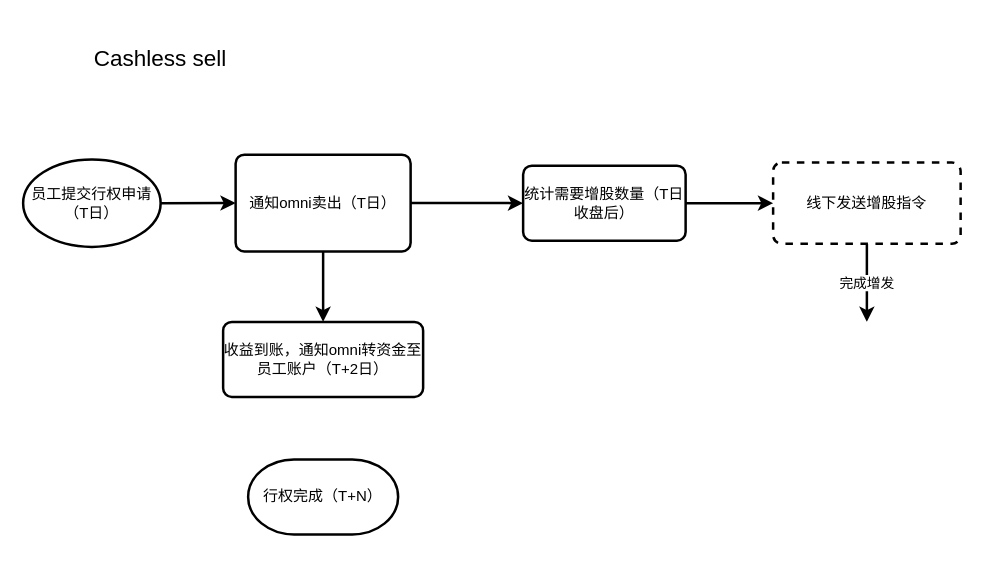
Earlier version of the draw.io diagram 实时增发-Cashless sell.drawio (fengyong7723131/xiaoye). Source tidied: cells renumbered, new cells numbered last; positions are measured from the earlier drawing's top-left corner, leaving out a move shared by most shapes. Both pictures are drawn from the tidied source at 125%, with x=0, y=0 at pixel (22, 21).
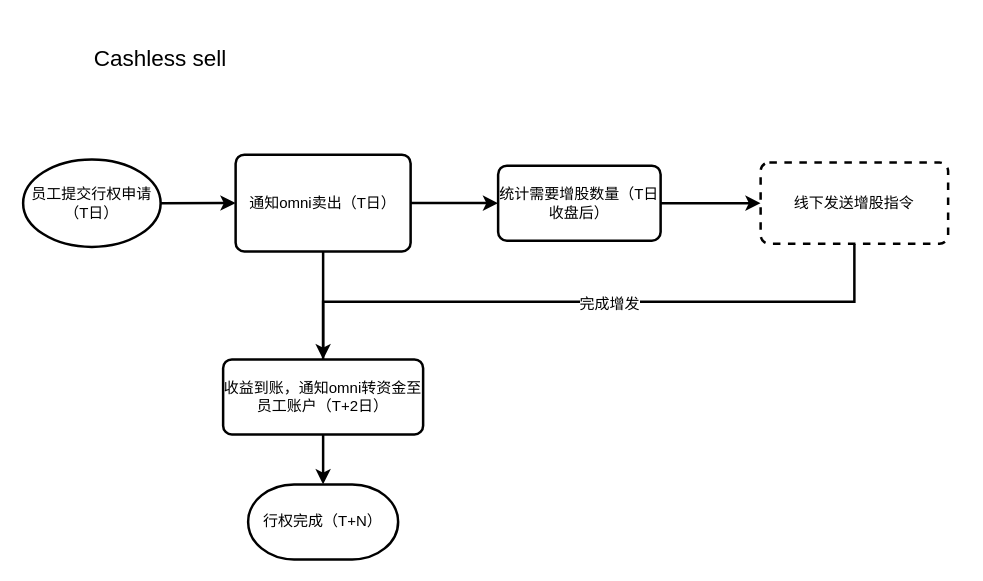
Above is the later version.

Commit message:
更新实时增发-Cashless sell.drawio

Diff of the diagram source:
```diff
@@
 <mxGraphModel>
   <root>
     <mxCell id="0" />
     <mxCell id="1" parent="0" />
     <mxCell id="2" value="&lt;font style=&quot;font-size: 18px&quot;&gt;Cashless sell&lt;/font&gt;" style="rounded=1;whiteSpace=wrap;html=1;strokeColor=none;" parent="1" vertex="1">
       <mxGeometry width="220" height="60" as="geometry" />
     </mxCell>
     <mxCell id="3" value="员工提交行权申请（T日）" style="strokeWidth=2;html=1;shape=mxgraph.flowchart.start_1;whiteSpace=wrap;" parent="1" vertex="1">
       <mxGeometry y="110" width="110" height="70" as="geometry" />
     </mxCell>
     <mxCell id="4" style="endArrow=classic;html=1;exitX=1;exitY=0.5;exitDx=0;exitDy=0;exitPerimeter=0;strokeWidth=2;entryX=0;entryY=0.5;entryDx=0;entryDy=0;" parent="1" edge="1" source="3" target="7">
       <mxGeometry relative="1" as="geometry" />
     </mxCell>
     <mxCell id="5" style="edgeStyle=orthogonalEdgeStyle;rounded=0;jettySize=auto;html=1;exitX=0.5;exitY=1;exitDx=0;exitDy=0;entryX=0.5;entryY=0;entryDx=0;entryDy=0;strokeWidth=2;" parent="1" edge="1" source="7" target="13">
-      <mxGeometry relative="1" as="geometry" />
+      <mxGeometry relative="1" as="geometry">
+        <Array as="points">
+          <mxPoint x="240" y="310" />
+          <mxPoint x="240" y="310" />
+        </Array>
+      </mxGeometry>
     </mxCell>
     <mxCell id="6" style="edgeStyle=orthogonalEdgeStyle;rounded=0;jettySize=auto;html=1;exitX=1;exitY=0.5;exitDx=0;exitDy=0;entryX=0;entryY=0.5;entryDx=0;entryDy=0;strokeWidth=2;" parent="1" edge="1" source="7" target="9">
       <mxGeometry relative="1" as="geometry" />
     </mxCell>
     <mxCell id="7" value="通知omni卖出（T日）" style="rounded=1;whiteSpace=wrap;html=1;absoluteArcSize=1;arcSize=14;strokeWidth=2;" parent="1" vertex="1">
       <mxGeometry x="170" y="106.2" width="140" height="77.5" as="geometry" />
     </mxCell>
     <mxCell id="8" style="edgeStyle=orthogonalEdgeStyle;rounded=0;jettySize=auto;html=1;exitX=1;exitY=0.5;exitDx=0;exitDy=0;strokeWidth=2;entryX=0;entryY=0.5;entryDx=0;entryDy=0;" parent="1" edge="1" source="9" target="11">
       <mxGeometry relative="1" as="geometry" />
     </mxCell>
     <mxCell id="9" value="统计需要增股数量（T日收盘后）" style="rounded=1;whiteSpace=wrap;html=1;absoluteArcSize=1;arcSize=14;strokeWidth=2;" parent="1" vertex="1">
-      <mxGeometry x="400" y="115" width="130" height="60" as="geometry" />
+      <mxGeometry x="380" y="115" width="130" height="60" as="geometry" />
     </mxCell>
+    <mxCell id="14" style="edgeStyle=orthogonalEdgeStyle;rounded=0;jettySize=auto;html=1;exitX=0.5;exitY=1;exitDx=0;exitDy=0;entryX=0.5;entryY=0;entryDx=0;entryDy=0;strokeWidth=2;" parent="1" edge="1" source="11" target="13">
+      <mxGeometry relative="1" as="geometry" />
+    </mxCell>
-    <mxCell id="10" value="完成增发" style="edgeStyle=orthogonalEdgeStyle;rounded=0;jettySize=auto;html=1;strokeWidth=2;" parent="1" edge="1" source="11">
-      <mxGeometry relative="1" as="geometry">
-        <mxPoint x="675" y="240" as="targetPoint" />
-      </mxGeometry>
+    <mxCell id="10" value="&lt;font style=&quot;font-size: 12px&quot;&gt;完成增发&lt;/font&gt;" style="edgeLabel;html=1;align=center;verticalAlign=middle;" parent="14" vertex="1">
+      <mxGeometry x="-0.06" y="2" relative="1" as="geometry" />
     </mxCell>
     <mxCell id="11" value="线下发送增股指令" style="rounded=1;whiteSpace=wrap;html=1;absoluteArcSize=1;arcSize=14;strokeWidth=2;dashed=1;" parent="1" vertex="1">
-      <mxGeometry x="600" y="112.5" width="150" height="65" as="geometry" />
+      <mxGeometry x="590" y="112.5" width="150" height="65" as="geometry" />
     </mxCell>
     <mxCell id="12" value="&lt;span&gt;行权完成（T+N）&lt;/span&gt;" style="strokeWidth=2;html=1;shape=mxgraph.flowchart.terminator;whiteSpace=wrap;" parent="1" vertex="1">
-      <mxGeometry x="180" y="350" width="120" height="60" as="geometry" />
+      <mxGeometry x="180" y="370" width="120" height="60" as="geometry" />
     </mxCell>
+    <mxCell id="15" style="edgeStyle=orthogonalEdgeStyle;rounded=0;jettySize=auto;html=1;exitX=0.5;exitY=1;exitDx=0;exitDy=0;entryX=0.5;entryY=0;entryDx=0;entryDy=0;entryPerimeter=0;strokeWidth=2;" parent="1" edge="1" source="13" target="12">
+      <mxGeometry relative="1" as="geometry" />
+    </mxCell>
     <mxCell id="13" value="收益到账，通知omni转资金至员工账户（T+2日）" style="rounded=1;whiteSpace=wrap;html=1;absoluteArcSize=1;arcSize=14;strokeWidth=2;" parent="1" vertex="1">
-      <mxGeometry x="160" y="240" width="160" height="60" as="geometry" />
+      <mxGeometry x="160" y="270" width="160" height="60" as="geometry" />
     </mxCell>
   </root>
 </mxGraphModel>
```
